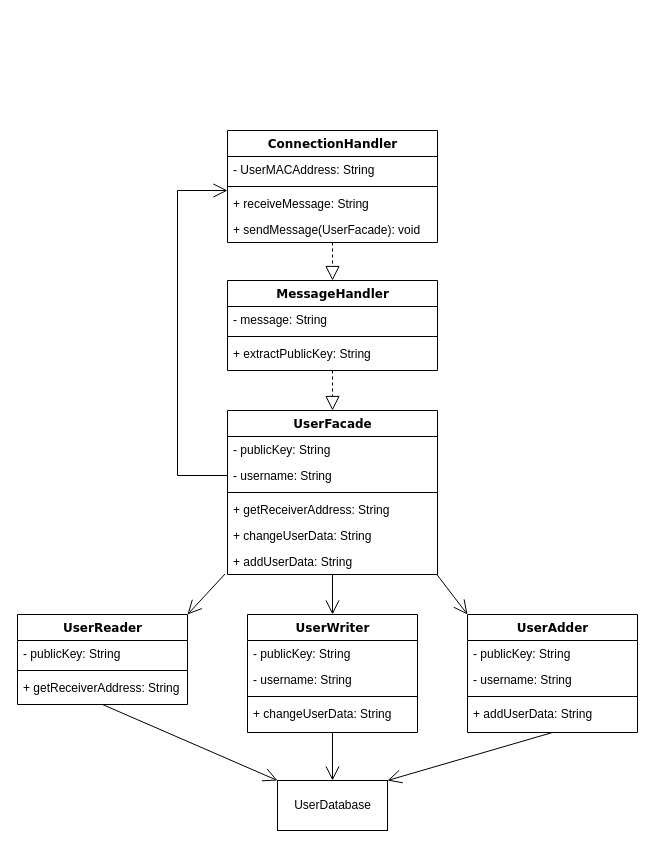
Above: docs/img/ClassDiagrams/DiagramFiles/ClassDiagram_Backend.drawio in Scherrik/se_mcm (draw.io), before the change. Source tidied: cells renumbered, new cells numbered last; positions are measured from the earlier drawing's top-left corner, leaving out a move shared by most shapes. Both pictures are drawn from the tidied source at 100%, with x=0, y=0 at pixel (17, 130).
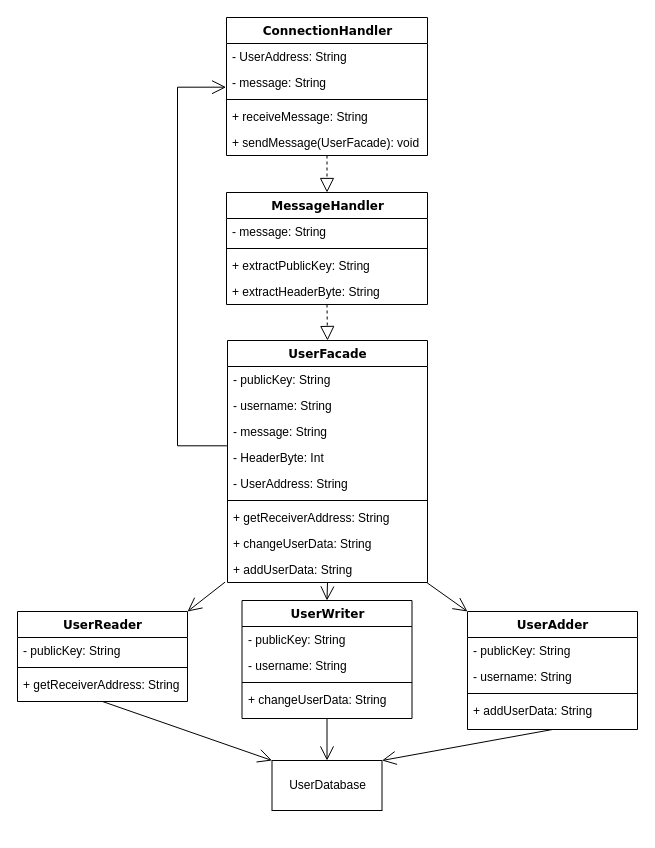
The same page after the edit.

Change to the diagram source:
```diff
@@
     <mxCell id="2" value="ConnectionHandler" style="swimlane;html=1;fontStyle=1;align=center;verticalAlign=top;horizontal=1;startSize=26;swimlaneFillColor=#ffffff;rounded=0;shadow=0;comic=0;labelBackgroundColor=none;strokeWidth=1;fillColor=none;fontFamily=Verdana;fontSize=12;" parent="1" vertex="1">
-      <mxGeometry x="210" width="210" height="112" as="geometry" />
+      <mxGeometry x="209" y="-113" width="201" height="138" as="geometry" />
     </mxCell>
-    <mxCell id="3" value="- UserMACAddress: String" style="text;html=1;strokeColor=none;fillColor=none;align=left;verticalAlign=top;spacingLeft=4;spacingRight=4;whiteSpace=wrap;overflow=hidden;" parent="2" vertex="1">
-      <mxGeometry y="26" width="210" height="26" as="geometry" />
+    <mxCell id="3" value="- UserAddress: String" style="text;html=1;strokeColor=none;fillColor=none;align=left;verticalAlign=top;spacingLeft=4;spacingRight=4;whiteSpace=wrap;overflow=hidden;" parent="2" vertex="1">
+      <mxGeometry y="26" width="201" height="26" as="geometry" />
     </mxCell>
+    <mxCell id="42" value="- message: String" style="text;strokeColor=none;fillColor=none;align=left;verticalAlign=top;spacingLeft=4;spacingRight=4;overflow=hidden;points=[[0,0.5],[1,0.5]];portConstraint=eastwest;" parent="2" vertex="1">
+      <mxGeometry y="52" width="201" height="26" as="geometry" />
+    </mxCell>
     <mxCell id="4" style="line;html=1;strokeWidth=1;fillColor=none;align=left;verticalAlign=middle;spacingTop=-1;spacingLeft=3;spacingRight=3;labelPosition=right;" parent="2" vertex="1">
-      <mxGeometry y="52" width="210" height="8" as="geometry" />
+      <mxGeometry y="78" width="201" height="8" as="geometry" />
     </mxCell>
     <mxCell id="5" value="+ receiveMessage: String" style="text;html=1;strokeColor=none;fillColor=none;align=left;verticalAlign=top;spacingLeft=4;spacingRight=4;whiteSpace=wrap;overflow=hidden;points=[[0,0.5],[1,0.5]];portConstraint=eastwest;" parent="2" vertex="1">
-      <mxGeometry y="60" width="210" height="26" as="geometry" />
+      <mxGeometry y="86" width="201" height="26" as="geometry" />
     </mxCell>
     <mxCell id="6" value="+ sendMessage(UserFacade): void" style="text;strokeColor=none;fillColor=none;align=left;verticalAlign=top;spacingLeft=4;spacingRight=4;overflow=hidden;" parent="2" vertex="1">
-      <mxGeometry y="86" width="210" height="26" as="geometry" />
+      <mxGeometry y="112" width="201" height="26" as="geometry" />
     </mxCell>
     <mxCell id="7" value="MessageHandler" style="swimlane;html=1;fontStyle=1;align=center;verticalAlign=top;horizontal=1;startSize=26;swimlaneFillColor=#ffffff;rounded=0;shadow=0;comic=0;labelBackgroundColor=none;strokeWidth=1;fillColor=none;fontFamily=Verdana;fontSize=12;" parent="1" vertex="1">
-      <mxGeometry x="210" y="150" width="210" height="90" as="geometry" />
+      <mxGeometry x="209" y="62" width="201" height="112" as="geometry" />
     </mxCell>
     <mxCell id="8" value="- message: String" style="text;html=1;strokeColor=none;fillColor=none;align=left;verticalAlign=top;spacingLeft=4;spacingRight=4;whiteSpace=wrap;overflow=hidden;" parent="7" vertex="1">
-      <mxGeometry y="26" width="210" height="26" as="geometry" />
+      <mxGeometry y="26" width="201" height="26" as="geometry" />
     </mxCell>
     <mxCell id="9" style="line;html=1;strokeWidth=1;fillColor=none;align=left;verticalAlign=middle;spacingTop=-1;spacingLeft=3;spacingRight=3;labelPosition=right;" parent="7" vertex="1">
-      <mxGeometry y="52" width="210" height="8" as="geometry" />
+      <mxGeometry y="52" width="201" height="8" as="geometry" />
     </mxCell>
     <mxCell id="10" value="+ extractPublicKey: String" style="text;html=1;strokeColor=none;fillColor=none;align=left;verticalAlign=top;spacingLeft=4;spacingRight=4;whiteSpace=wrap;overflow=hidden;" parent="7" vertex="1">
-      <mxGeometry y="60" width="210" height="26" as="geometry" />
+      <mxGeometry y="60" width="201" height="26" as="geometry" />
     </mxCell>
+    <mxCell id="43" value="+ extractHeaderByte: String" style="text;strokeColor=none;fillColor=none;align=left;verticalAlign=top;spacingLeft=4;spacingRight=4;overflow=hidden;" parent="7" vertex="1">
+      <mxGeometry y="86" width="201" height="26" as="geometry" />
+    </mxCell>
     <mxCell id="11" value="UserFacade" style="swimlane;html=1;fontStyle=1;align=center;verticalAlign=top;horizontal=1;startSize=26;swimlaneFillColor=#ffffff;rounded=0;shadow=0;comic=0;labelBackgroundColor=none;strokeWidth=1;fillColor=none;fontFamily=Verdana;fontSize=12;" parent="1" vertex="1">
-      <mxGeometry x="210" y="280" width="210" height="164" as="geometry" />
+      <mxGeometry x="210" y="210" width="200" height="242" as="geometry" />
     </mxCell>
     <mxCell id="12" value="- publicKey: String" style="text;html=1;strokeColor=none;fillColor=none;align=left;verticalAlign=top;spacingLeft=4;spacingRight=4;whiteSpace=wrap;overflow=hidden;" parent="11" vertex="1">
-      <mxGeometry y="26" width="210" height="26" as="geometry" />
+      <mxGeometry y="26" width="200" height="26" as="geometry" />
     </mxCell>
     <mxCell id="13" value="- username: String" style="text;html=1;strokeColor=none;fillColor=none;align=left;verticalAlign=top;spacingLeft=4;spacingRight=4;whiteSpace=wrap;overflow=hidden;points=[[0,0.5],[1,0.5]];portConstraint=eastwest;" parent="11" vertex="1">
-      <mxGeometry y="52" width="210" height="26" as="geometry" />
+      <mxGeometry y="52" width="200" height="26" as="geometry" />
     </mxCell>
+    <mxCell id="44" value="- message: String" style="text;strokeColor=none;fillColor=none;align=left;verticalAlign=top;spacingLeft=4;spacingRight=4;overflow=hidden;points=[[0,0.5],[1,0.5]];portConstraint=eastwest;" parent="11" vertex="1">
+      <mxGeometry y="78" width="200" height="26" as="geometry" />
+    </mxCell>
+    <mxCell id="45" value="- HeaderByte: Int" style="text;strokeColor=none;fillColor=none;align=left;verticalAlign=top;spacingLeft=4;spacingRight=4;overflow=hidden;" parent="11" vertex="1">
+      <mxGeometry y="104" width="200" height="26" as="geometry" />
+    </mxCell>
+    <mxCell id="46" value="- UserAddress: String" style="text;strokeColor=none;fillColor=none;align=left;verticalAlign=top;spacingLeft=4;spacingRight=4;overflow=hidden;" parent="11" vertex="1">
+      <mxGeometry y="130" width="200" height="26" as="geometry" />
+    </mxCell>
     <mxCell id="14" style="line;html=1;strokeWidth=1;fillColor=none;align=left;verticalAlign=middle;spacingTop=-1;spacingLeft=3;spacingRight=3;labelPosition=right;" parent="11" vertex="1">
-      <mxGeometry y="78" width="210" height="8" as="geometry" />
+      <mxGeometry y="156" width="200" height="8" as="geometry" />
     </mxCell>
     <mxCell id="15" value="+ getReceiverAddress: String" style="text;html=1;strokeColor=none;fillColor=none;align=left;verticalAlign=top;spacingLeft=4;spacingRight=4;whiteSpace=wrap;overflow=hidden;" parent="11" vertex="1">
-      <mxGeometry y="86" width="210" height="26" as="geometry" />
+      <mxGeometry y="164" width="200" height="26" as="geometry" />
     </mxCell>
     <mxCell id="16" value="+ changeUserData: String" style="text;strokeColor=none;fillColor=none;align=left;verticalAlign=top;spacingLeft=4;spacingRight=4;overflow=hidden;" parent="11" vertex="1">
-      <mxGeometry y="112" width="210" height="26" as="geometry" />
+      <mxGeometry y="190" width="200" height="26" as="geometry" />
     </mxCell>
     <mxCell id="17" value="+ addUserData: String" style="text;strokeColor=none;fillColor=none;align=left;verticalAlign=top;spacingLeft=4;spacingRight=4;overflow=hidden;points=[[0,0.5],[1,0.5]];portConstraint=eastwest;" parent="11" vertex="1">
-      <mxGeometry y="138" width="210" height="26" as="geometry" />
+      <mxGeometry y="216" width="200" height="26" as="geometry" />
     </mxCell>
     <mxCell id="18" value="UserAdder" style="swimlane;html=1;fontStyle=1;align=center;verticalAlign=top;horizontal=1;startSize=26;swimlaneFillColor=#ffffff;rounded=0;shadow=0;comic=0;labelBackgroundColor=none;strokeWidth=1;fillColor=none;fontFamily=Verdana;fontSize=12;" parent="1" vertex="1">
-      <mxGeometry x="450" y="484" width="170" height="118" as="geometry" />
+      <mxGeometry x="450" y="481" width="170" height="118" as="geometry" />
     </mxCell>
@@
     <mxCell id="23" value="UserWriter" style="swimlane;html=1;fontStyle=1;align=center;verticalAlign=top;horizontal=1;startSize=26;swimlaneFillColor=#ffffff;rounded=0;shadow=0;comic=0;labelBackgroundColor=none;strokeWidth=1;fillColor=none;fontFamily=Verdana;fontSize=12;" parent="1" vertex="1">
-      <mxGeometry x="230" y="484" width="170" height="118" as="geometry" />
+      <mxGeometry x="224.5" y="470" width="170" height="118" as="geometry" />
     </mxCell>
@@
     <mxCell id="28" value="UserReader" style="swimlane;html=1;fontStyle=1;align=center;verticalAlign=top;horizontal=1;startSize=26;swimlaneFillColor=#ffffff;rounded=0;shadow=0;comic=0;labelBackgroundColor=none;strokeWidth=1;fillColor=none;fontFamily=Verdana;fontSize=12;" parent="1" vertex="1">
-      <mxGeometry y="484" width="170" height="90" as="geometry" />
+      <mxGeometry y="481" width="170" height="90" as="geometry" />
     </mxCell>
@@
-    <mxCell id="35" style="endArrow=open;endFill=1;endSize=12;html=1;rounded=0;exitX=0;exitY=0.5;exitDx=0;exitDy=0;entryX=0;entryY=0;entryDx=0;entryDy=0;edgeStyle=orthogonalEdgeStyle;entryPerimeter=0;" parent="1" edge="1" source="13" target="5">
-      <mxGeometry relative="1" as="geometry">
-        <Array as="points">
-          <mxPoint x="160" y="345" />
-          <mxPoint x="160" y="60" />
-        </Array>
-      </mxGeometry>
-    </mxCell>
     <mxCell id="36" value="UserDatabase" style="html=1;" parent="1" vertex="1">
-      <mxGeometry x="260" y="650" width="110" height="50" as="geometry" />
+      <mxGeometry x="254.5" y="630" width="110" height="50" as="geometry" />
     </mxCell>
@@
+    <mxCell id="47" style="endArrow=open;endFill=1;endSize=12;html=1;rounded=0;exitX=-0.003;exitY=1.05;exitDx=0;exitDy=0;exitPerimeter=0;entryX=-0.002;entryY=0.68;entryDx=0;entryDy=0;entryPerimeter=0;edgeStyle=orthogonalEdgeStyle;" parent="1" edge="1" source="44" target="42">
+      <mxGeometry relative="1" as="geometry">
+        <Array as="points">
+          <mxPoint x="160" y="315" />
+          <mxPoint x="160" y="-43" />
+        </Array>
+      </mxGeometry>
+    </mxCell>
```
